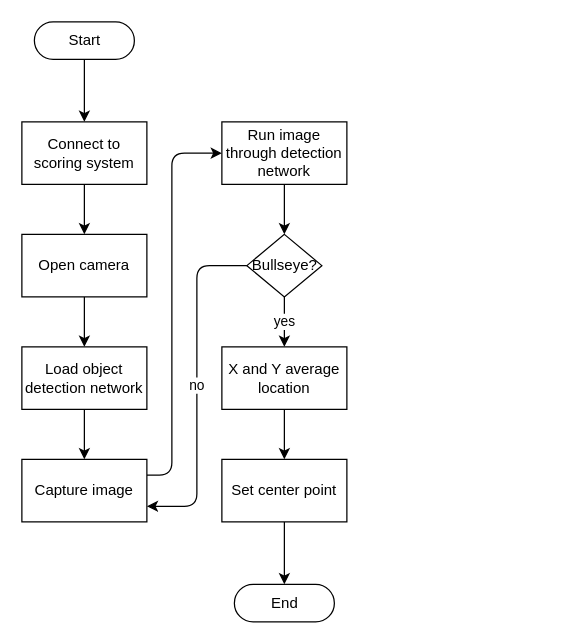
The draw.io diagram page "Idle Start Logic" (2 of 8) of documentation/imaging-system/Imaging_System_Schematics.drawio in kparlak/dart-scoring-system, before the edit. Source tidied: cells renumbered, new cells numbered last; positions are measured from the earlier drawing's top-left corner, leaving out a move shared by most shapes. Both pictures are drawn from the tidied source at 125%, with x=0, y=0 at pixel (21, 21).
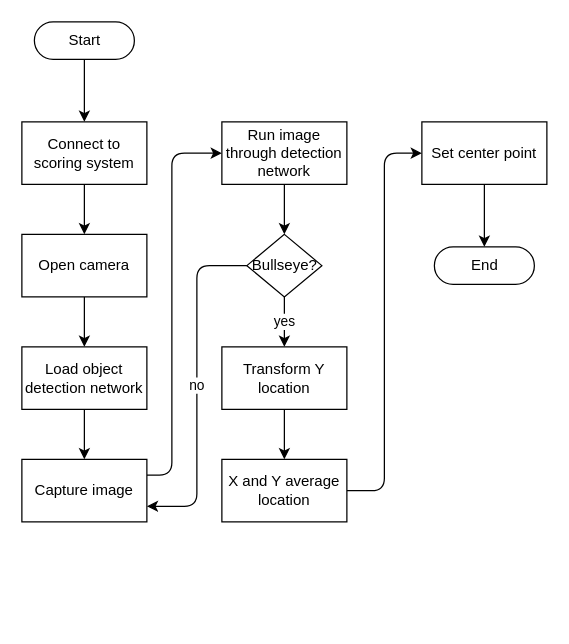
The same diagram, later.

The change refers to these unchanged cells:
```xml
<mxCell id="12" value="Capture image" style="html=1;dashed=0;whitespace=wrap;whiteSpace=wrap;" parent="1" vertex="1">
  <mxGeometry y="350" width="100" height="50" as="geometry" />
</mxCell>
<mxCell id="17" value="Bullseye?" style="shape=rhombus;html=1;dashed=0;whitespace=wrap;perimeter=rhombusPerimeter;" parent="1" vertex="1">
  <mxGeometry x="180" y="170" width="60" height="50" as="geometry" />
</mxCell>
```

What changed in the source:
```diff
@@
     <mxCell id="8" value="End" style="html=1;dashed=0;whitespace=wrap;shape=mxgraph.dfd.start;" parent="1" vertex="1">
-      <mxGeometry x="170" y="450" width="80" height="30" as="geometry" />
+      <mxGeometry x="330" y="180" width="80" height="30" as="geometry" />
     </mxCell>
@@
+    <mxCell id="16" value="no" style="edgeStyle=orthogonalEdgeStyle;rounded=1;jettySize=auto;html=1;exitX=0;exitY=0.5;exitDx=0;exitDy=0;entryX=1;entryY=0.75;entryDx=0;entryDy=0;strokeColor=#000000;" parent="1" edge="1" source="17" target="12">
+      <mxGeometry relative="1" as="geometry" />
+    </mxCell>
-    <mxCell id="15" value="yes" style="edgeStyle=orthogonalEdgeStyle;rounded=1;jettySize=auto;html=1;exitX=0.5;exitY=1;exitDx=0;exitDy=0;entryX=0.5;entryY=0;entryDx=0;entryDy=0;strokeColor=#000000;" parent="1" edge="1" source="17" target="21">
+    <mxCell id="15" value="yes" style="edgeStyle=orthogonalEdgeStyle;rounded=0;jettySize=auto;html=1;exitX=0.5;exitY=1;exitDx=0;exitDy=0;entryX=0.5;entryY=0;entryDx=0;entryDy=0;" parent="1" edge="1" source="17" target="23">
       <mxGeometry relative="1" as="geometry" />
     </mxCell>
-    <mxCell id="16" value="no" style="edgeStyle=orthogonalEdgeStyle;rounded=1;jettySize=auto;html=1;exitX=0;exitY=0.5;exitDx=0;exitDy=0;entryX=1;entryY=0.75;entryDx=0;entryDy=0;strokeColor=#000000;" parent="1" edge="1" source="17" target="12">
-      <mxGeometry relative="1" as="geometry" />
-    </mxCell>
@@
-    <mxCell id="18" style="edgeStyle=orthogonalEdgeStyle;rounded=1;jettySize=auto;html=1;exitX=0.5;exitY=1;exitDx=0;exitDy=0;entryX=0.5;entryY=0.5;entryDx=0;entryDy=-15;entryPerimeter=0;startArrow=none;startFill=0;endArrow=classic;endFill=1;strokeColor=#000000;fontSize=11;" parent="1" edge="1" source="19" target="8">
+    <mxCell id="18" style="edgeStyle=orthogonalEdgeStyle;rounded=1;jettySize=auto;html=1;exitX=0.5;exitY=1;exitDx=0;exitDy=0;entryX=0.5;entryY=0.5;entryDx=0;entryDy=-15;entryPerimeter=0;" parent="1" edge="1" source="19" target="8">
       <mxGeometry relative="1" as="geometry" />
     </mxCell>
     <mxCell id="19" value="Set center point" style="html=1;dashed=0;whitespace=wrap;whiteSpace=wrap;" parent="1" vertex="1">
-      <mxGeometry x="160" y="350" width="100" height="50" as="geometry" />
+      <mxGeometry x="320" y="80" width="100" height="50" as="geometry" />
     </mxCell>
-    <mxCell id="20" style="edgeStyle=orthogonalEdgeStyle;rounded=1;jettySize=auto;html=1;exitX=0.5;exitY=1;exitDx=0;exitDy=0;entryX=0.5;entryY=0;entryDx=0;entryDy=0;strokeColor=#000000;" parent="1" edge="1" source="21" target="19">
+    <mxCell id="20" style="edgeStyle=orthogonalEdgeStyle;rounded=1;jettySize=auto;html=1;exitX=1;exitY=0.5;exitDx=0;exitDy=0;entryX=0;entryY=0.5;entryDx=0;entryDy=0;" parent="1" edge="1" source="21" target="19">
       <mxGeometry relative="1" as="geometry" />
     </mxCell>
     <mxCell id="21" value="X and Y average location" style="html=1;dashed=0;whitespace=wrap;whiteSpace=wrap;" parent="1" vertex="1">
-      <mxGeometry x="160" y="260" width="100" height="50" as="geometry" />
+      <mxGeometry x="160" y="350" width="100" height="50" as="geometry" />
     </mxCell>
+    <mxCell id="22" style="edgeStyle=orthogonalEdgeStyle;rounded=0;jettySize=auto;html=1;exitX=0.5;exitY=1;exitDx=0;exitDy=0;entryX=0.5;entryY=0;entryDx=0;entryDy=0;" parent="1" edge="1" source="23" target="21">
+      <mxGeometry relative="1" as="geometry" />
+    </mxCell>
+    <mxCell id="23" value="Transform Y location" style="html=1;dashed=0;whitespace=wrap;whiteSpace=wrap;" parent="1" vertex="1">
+      <mxGeometry x="160" y="260" width="100" height="50" as="geometry" />
+    </mxCell>
```
